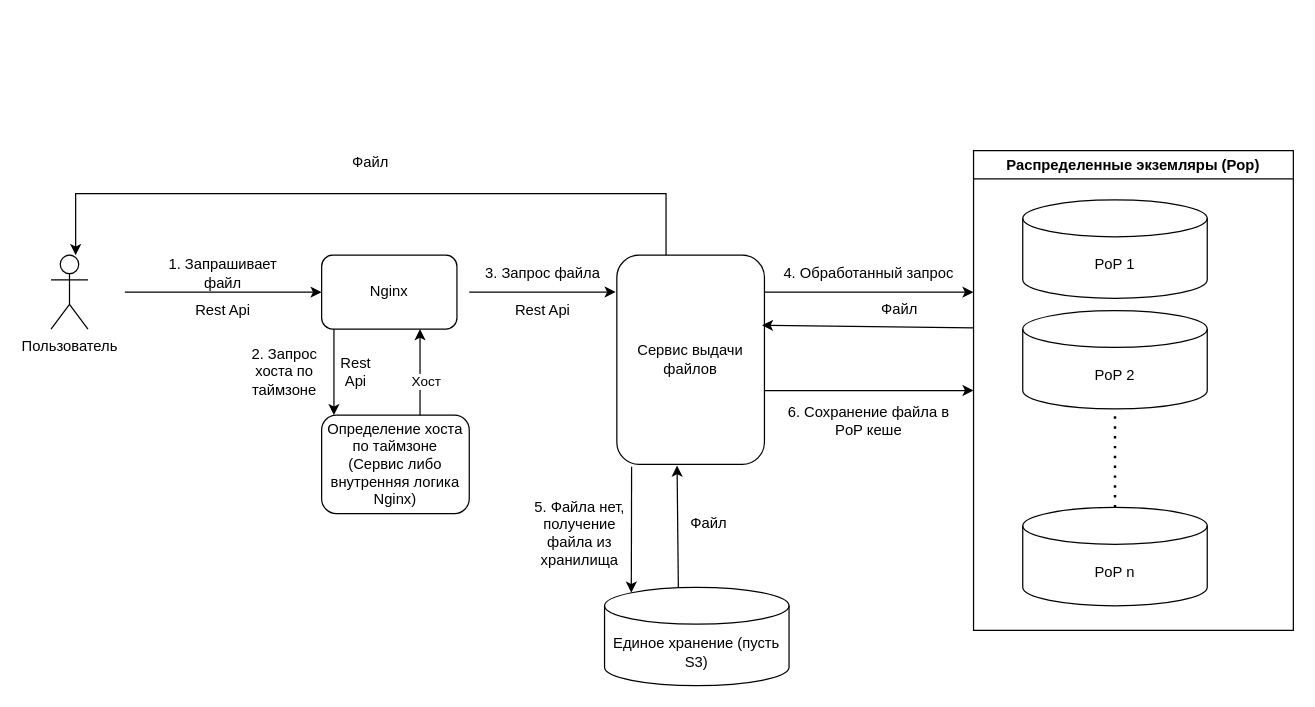
Earlier version of the draw.io diagram graduate_work.drawio (Avenon/graduate_work_architecture). Source tidied: cells renumbered, new cells numbered last; positions are measured from the earlier drawing's top-left corner, leaving out a move shared by most shapes. Both pictures are drawn from the tidied source at 123%, with x=0, y=0 at pixel (50, 144).
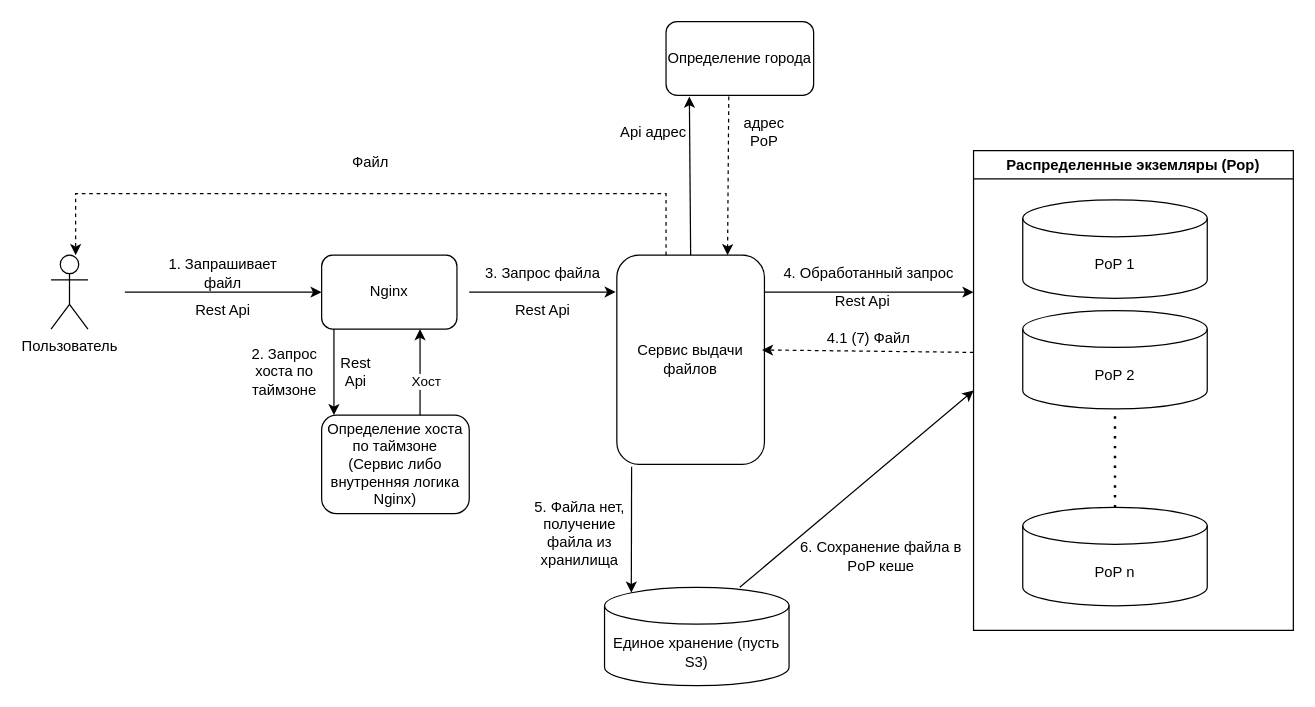
Above is the later version.

Unchanged cells that the change refers to:
```xml
<mxCell id="13" value="Сервис выдачи файлов" style="rounded=1;whiteSpace=wrap;html=1;" parent="1" vertex="1">
  <mxGeometry x="460" y="90" width="120" height="170" as="geometry" />
</mxCell>
<mxCell id="26" value="Единое хранение (пусть S3)" style="shape=cylinder3;whiteSpace=wrap;html=1;boundedLbl=1;backgroundOutline=1;size=15;" parent="1" vertex="1">
  <mxGeometry x="450" y="360" width="150" height="80" as="geometry" />
</mxCell>
```

What changed in the source:
```diff
@@
-    <mxCell id="24" style="endArrow=classic;html=1;rounded=0;entryX=0.983;entryY=0.335;entryDx=0;entryDy=0;entryPerimeter=0;" parent="1" edge="1" target="13">
+    <mxCell id="24" style="endArrow=classic;html=1;rounded=0;entryX=0.983;entryY=0.335;entryDx=0;entryDy=0;entryPerimeter=0;dashed=1;" parent="1" edge="1">
       <mxGeometry relative="1" as="geometry">
-        <mxPoint x="750" y="149" as="sourcePoint" />
+        <mxPoint x="750" y="169" as="sourcePoint" />
+        <mxPoint x="578" y="167" as="targetPoint" />
       </mxGeometry>
     </mxCell>
-    <mxCell id="25" value="Файл" style="text;html=1;align=center;verticalAlign=middle;whiteSpace=wrap;rounded=0;" parent="1" vertex="1">
-      <mxGeometry x="650" y="119" width="80" height="30" as="geometry" />
+    <mxCell id="25" value="4.1 (7) Файл" style="text;html=1;align=center;verticalAlign=middle;whiteSpace=wrap;rounded=0;" parent="1" vertex="1">
+      <mxGeometry x="625" y="143" width="80" height="30" as="geometry" />
     </mxCell>
@@
-    <mxCell id="27" style="endArrow=classic;html=1;rounded=0;" parent="1" edge="1">
+    <mxCell id="27" style="endArrow=classic;html=1;rounded=0;dashed=1;" parent="1" edge="1">
       <mxGeometry relative="1" as="geometry">
         <mxPoint x="500" y="90" as="sourcePoint" />
         <mxPoint x="20" y="90" as="targetPoint" />
         <Array as="points">
           <mxPoint x="500" y="40" />
           <mxPoint x="270" y="40" />
           <mxPoint x="20" y="40" />
         </Array>
       </mxGeometry>
     </mxCell>
@@
-    <mxCell id="31" style="endArrow=classic;html=1;rounded=0;entryX=0.408;entryY=1.006;entryDx=0;entryDy=0;entryPerimeter=0;" parent="1" edge="1" target="13">
-      <mxGeometry relative="1" as="geometry">
-        <mxPoint x="510" y="360" as="sourcePoint" />
-      </mxGeometry>
-    </mxCell>
-    <mxCell id="32" value="Файл" style="text;html=1;align=center;verticalAlign=middle;whiteSpace=wrap;rounded=0;" parent="1" vertex="1">
-      <mxGeometry x="510" y="293" width="50" height="30" as="geometry" />
-    </mxCell>
-    <mxCell id="33" style="endArrow=classic;html=1;rounded=0;exitX=1;exitY=0.647;exitDx=0;exitDy=0;exitPerimeter=0;" parent="1" edge="1" source="13">
+    <mxCell id="33" style="endArrow=classic;html=1;rounded=0;exitX=0.733;exitY=0;exitDx=0;exitDy=0;exitPerimeter=0;" parent="1" edge="1" source="26">
       <mxGeometry relative="1" as="geometry">
         <mxPoint x="750" y="200" as="targetPoint" />
       </mxGeometry>
     </mxCell>
     <mxCell id="34" value="6. Сохранение файла в PoP кеше" style="text;html=1;align=center;verticalAlign=middle;whiteSpace=wrap;rounded=0;" parent="1" vertex="1">
-      <mxGeometry x="590" y="200" width="150" height="50" as="geometry" />
+      <mxGeometry x="600" y="310" width="150" height="50" as="geometry" />
     </mxCell>
+    <mxCell id="35" value="Rest Api" style="text;html=1;align=center;verticalAlign=middle;whiteSpace=wrap;rounded=0;" parent="1" vertex="1">
+      <mxGeometry x="600" y="113" width="120" height="30" as="geometry" />
+    </mxCell>
+    <mxCell id="36" value="Определение города" style="rounded=1;whiteSpace=wrap;html=1;" parent="1" vertex="1">
+      <mxGeometry x="500" y="-100" width="120" height="60" as="geometry" />
+    </mxCell>
+    <mxCell id="37" style="endArrow=classic;html=1;rounded=0;entryX=0.158;entryY=1.017;entryDx=0;entryDy=0;entryPerimeter=0;" parent="1" edge="1" target="36">
+      <mxGeometry relative="1" as="geometry">
+        <mxPoint x="520" y="90" as="sourcePoint" />
+      </mxGeometry>
+    </mxCell>
+    <mxCell id="38" value="Api адрес" style="text;html=1;align=center;verticalAlign=middle;whiteSpace=wrap;rounded=0;" parent="1" vertex="1">
+      <mxGeometry x="460" y="-25" width="60" height="30" as="geometry" />
+    </mxCell>
+    <mxCell id="39" style="endArrow=classic;html=1;rounded=0;entryX=0.75;entryY=0;entryDx=0;entryDy=0;exitX=0.425;exitY=1.017;exitDx=0;exitDy=0;exitPerimeter=0;dashed=1;" parent="1" edge="1" source="36" target="13">
+      <mxGeometry relative="1" as="geometry" />
+    </mxCell>
+    <mxCell id="40" value="адрес PoP" style="text;html=1;align=center;verticalAlign=middle;whiteSpace=wrap;rounded=0;" parent="1" vertex="1">
+      <mxGeometry x="550" y="-25" width="60" height="30" as="geometry" />
+    </mxCell>
```
